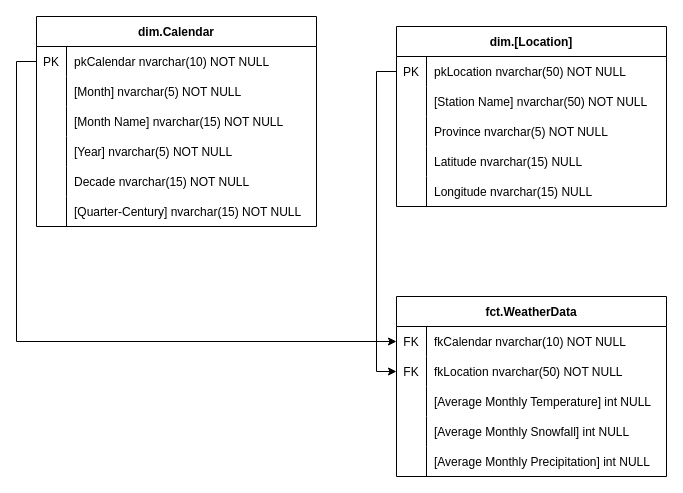
sr-ns/BIAstuff keeps this draw.io diagram as ERD test.drawio. Above is the earlier version. Source tidied: cells renumbered, new cells numbered last; positions are measured from the earlier drawing's top-left corner, leaving out a move shared by most shapes. Both pictures are drawn from the tidied source at 100%, with x=0, y=0 at pixel (36, 16).
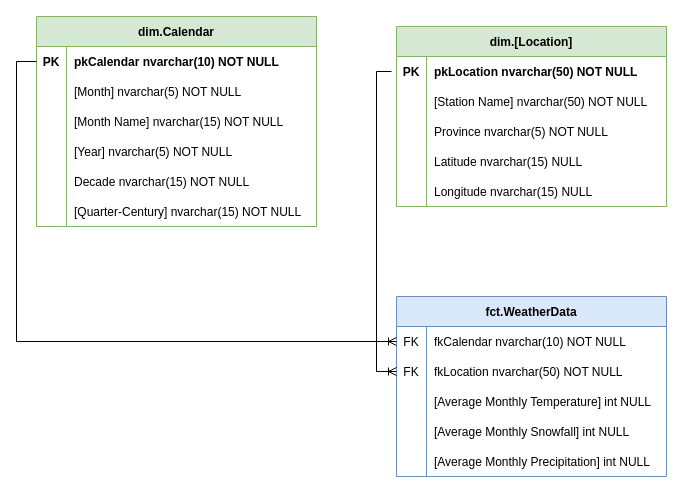
Above is the later version.

Unchanged cells that the change refers to:
```xml
<mxCell id="38" style="shape=tableRow;horizontal=0;startSize=0;swimlaneHead=0;swimlaneBody=0;fillColor=none;points=[[0,0.5],[1,0.5]];portConstraint=eastwest;strokeColor=inherit;top=0;left=0;right=0;bottom=0;" parent="37" vertex="1">
  <mxGeometry y="30" width="270" height="30" as="geometry" />
</mxCell>
<mxCell id="41" style="shape=tableRow;horizontal=0;startSize=0;swimlaneHead=0;swimlaneBody=0;fillColor=none;points=[[0,0.5],[1,0.5]];portConstraint=eastwest;strokeColor=inherit;top=0;left=0;right=0;bottom=0;" parent="37" vertex="1">
  <mxGeometry y="60" width="270" height="30" as="geometry" />
</mxCell>
```

The edit, as a diff of the source:
```diff
@@
-    <mxCell id="2" value="dim.Calendar" style="shape=table;startSize=30;childLayout=tableLayout;rowLines=0;fontStyle=1;align=center;" parent="1" vertex="1">
+    <mxCell id="2" value="dim.Calendar" style="shape=table;startSize=30;childLayout=tableLayout;rowLines=0;fontStyle=1;align=center;fillColor=#d5e8d4;strokeColor=#82b366;" parent="1" vertex="1">
       <mxGeometry width="280" height="210" as="geometry" />
     </mxCell>
-    <mxCell id="3" style="shape=tableRow;horizontal=0;startSize=0;swimlaneHead=0;swimlaneBody=0;fillColor=none;points=[[0,0.5],[1,0.5]];portConstraint=eastwest;strokeColor=inherit;top=0;left=0;right=0;bottom=0;" parent="2" vertex="1">
+    <mxCell id="3" style="shape=tableRow;horizontal=0;startSize=0;swimlaneHead=0;swimlaneBody=0;fillColor=none;points=[[0,0.5],[1,0.5]];portConstraint=eastwest;strokeColor=inherit;top=0;left=0;right=0;bottom=0;perimeterSpacing=0;strokeWidth=1;shadow=0;swimlaneFillColor=none;" parent="2" vertex="1">
       <mxGeometry y="30" width="280" height="30" as="geometry" />
     </mxCell>
-    <mxCell id="4" value="PK" style="shape=partialRectangle;overflow=hidden;fillColor=none;strokeColor=inherit;top=0;left=0;bottom=0;right=0;" parent="3" vertex="1">
+    <mxCell id="4" value="PK" style="shape=partialRectangle;overflow=hidden;fillColor=none;strokeColor=inherit;top=0;left=0;bottom=0;right=0;fontStyle=1;" parent="3" vertex="1">
       <mxGeometry width="30" height="30" as="geometry" />
     </mxCell>
-    <mxCell id="5" value="pkCalendar nvarchar(10) NOT NULL" style="shape=partialRectangle;overflow=hidden;fillColor=none;align=left;strokeColor=inherit;top=0;left=0;bottom=0;right=0;spacingLeft=6;" parent="3" vertex="1">
+    <mxCell id="5" value="pkCalendar nvarchar(10) NOT NULL" style="shape=partialRectangle;overflow=hidden;fillColor=none;align=left;strokeColor=inherit;top=0;left=0;bottom=0;right=0;spacingLeft=6;fontStyle=1;" parent="3" vertex="1">
       <mxGeometry x="30" width="250" height="30" as="geometry" />
     </mxCell>
@@
-    <mxCell id="21" value="dim.[Location]" style="shape=table;startSize=30;childLayout=tableLayout;rowLines=0;fontStyle=1;align=center;" parent="1" vertex="1">
+    <mxCell id="21" value="dim.[Location]" style="shape=table;startSize=30;childLayout=tableLayout;rowLines=0;fontStyle=1;align=center;fillColor=#d5e8d4;strokeColor=#82b366;" parent="1" vertex="1">
       <mxGeometry x="360" y="10" width="270" height="180" as="geometry" />
     </mxCell>
-    <mxCell id="22" style="shape=tableRow;horizontal=0;startSize=0;swimlaneHead=0;swimlaneBody=0;fillColor=none;points=[[0,0.5],[1,0.5]];portConstraint=eastwest;strokeColor=inherit;top=0;left=0;right=0;bottom=0;" parent="21" vertex="1">
+    <mxCell id="22" style="shape=tableRow;horizontal=0;startSize=0;swimlaneHead=0;swimlaneBody=0;fillColor=none;points=[[0,0.5],[1,0.5]];portConstraint=eastwest;strokeColor=inherit;top=0;left=0;right=0;bottom=0;rounded=0;fontStyle=0;labelBorderColor=none;textShadow=0;labelBackgroundColor=none;swimlaneFillColor=none;perimeterSpacing=5;strokeWidth=5;swimlaneLine=1;" parent="21" vertex="1">
       <mxGeometry y="30" width="270" height="30" as="geometry" />
     </mxCell>
-    <mxCell id="23" value="PK" style="shape=partialRectangle;overflow=hidden;fillColor=none;strokeColor=inherit;top=0;left=0;bottom=0;right=0;" parent="22" vertex="1">
+    <mxCell id="23" value="PK" style="shape=partialRectangle;overflow=hidden;fillColor=none;strokeColor=inherit;top=0;left=0;bottom=0;right=0;fontStyle=1;" parent="22" vertex="1">
       <mxGeometry width="30" height="30" as="geometry" />
     </mxCell>
-    <mxCell id="24" value="pkLocation nvarchar(50) NOT NULL" style="shape=partialRectangle;overflow=hidden;fillColor=none;align=left;strokeColor=inherit;top=0;left=0;bottom=0;right=0;spacingLeft=6;" parent="22" vertex="1">
+    <mxCell id="24" value="pkLocation nvarchar(50) NOT NULL" style="shape=partialRectangle;overflow=hidden;fillColor=none;align=left;strokeColor=inherit;top=0;left=0;bottom=0;right=0;spacingLeft=6;fontStyle=1;" parent="22" vertex="1">
       <mxGeometry x="30" width="240" height="30" as="geometry" />
     </mxCell>
@@
-    <mxCell id="37" value="fct.WeatherData" style="shape=table;startSize=30;childLayout=tableLayout;rowLines=0;fontStyle=1;align=center;" parent="1" vertex="1">
+    <mxCell id="37" value="fct.WeatherData" style="shape=table;startSize=30;childLayout=tableLayout;rowLines=0;fontStyle=1;align=center;fillColor=#dae8fc;strokeColor=#6c8ebf;" parent="1" vertex="1">
       <mxGeometry x="360" y="280" width="270" height="180" as="geometry" />
     </mxCell>
@@
-    <mxCell id="53" style="edgeStyle=orthogonalEdgeStyle;rounded=0;jettySize=auto;html=1;exitX=0;exitY=0.5;exitDx=0;exitDy=0;entryX=0;entryY=0.5;entryDx=0;entryDy=0;" parent="1" edge="1" source="3" target="38">
+    <mxCell id="53" style="edgeStyle=orthogonalEdgeStyle;rounded=0;jettySize=auto;html=1;exitX=0;exitY=0.5;exitDx=0;exitDy=0;entryX=0;entryY=0.5;entryDx=0;entryDy=0;endArrow=ERoneToMany;endFill=0;" parent="1" edge="1" source="3" target="38">
       <mxGeometry relative="1" as="geometry" />
     </mxCell>
-    <mxCell id="54" style="edgeStyle=orthogonalEdgeStyle;rounded=0;jettySize=auto;html=1;exitX=0;exitY=0.5;exitDx=0;exitDy=0;entryX=0;entryY=0.5;entryDx=0;entryDy=0;" parent="1" edge="1" source="22" target="41">
+    <mxCell id="54" style="edgeStyle=orthogonalEdgeStyle;rounded=0;jettySize=auto;html=1;exitX=0;exitY=0.5;exitDx=0;exitDy=0;entryX=0;entryY=0.5;entryDx=0;entryDy=0;endArrow=ERoneToMany;endFill=0;" parent="1" edge="1" source="22" target="41">
       <mxGeometry relative="1" as="geometry" />
     </mxCell>
```
